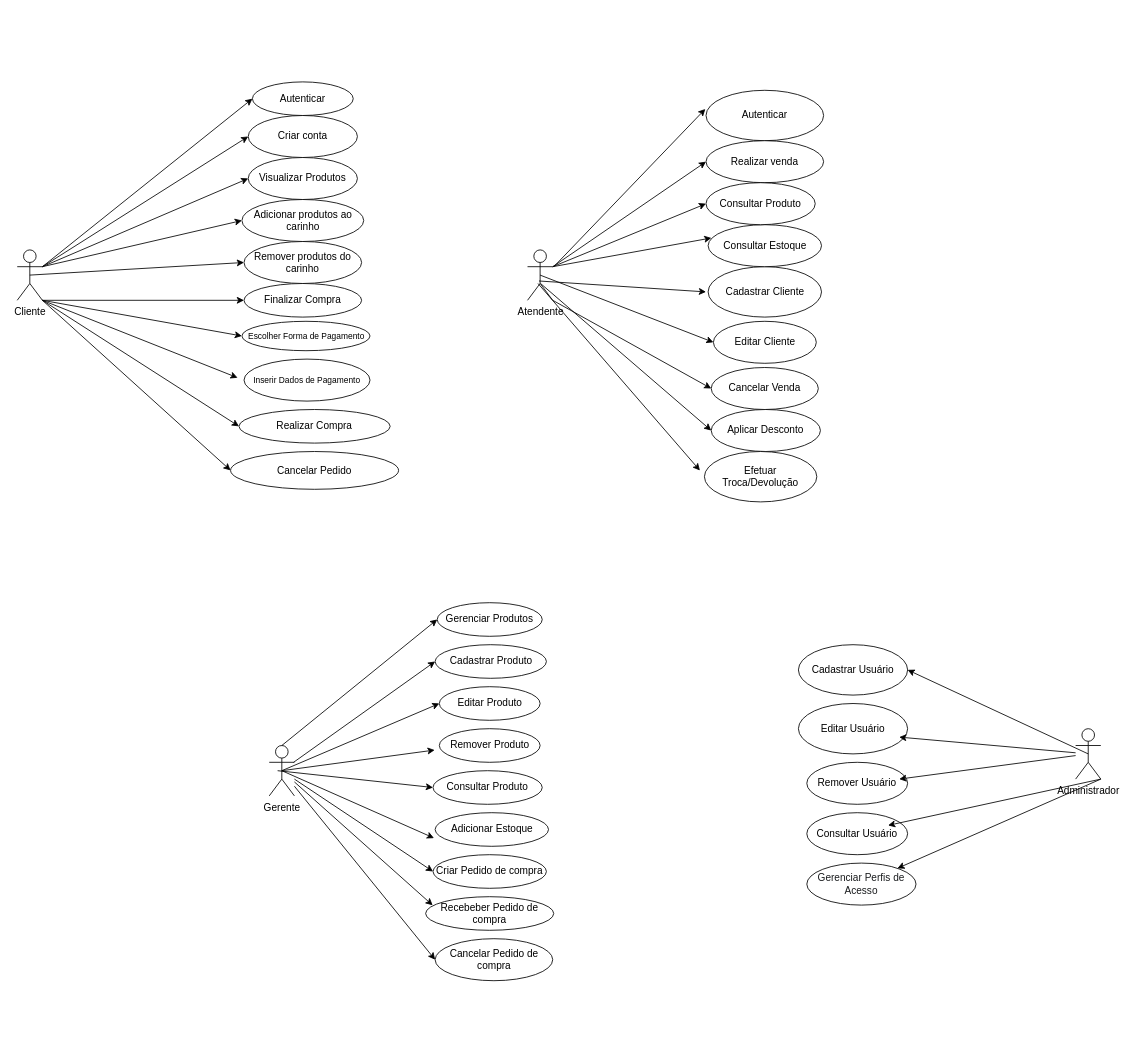
The draw.io diagram page "Página-7" (5 of 6) of Diagrama sem noe.drawio in sabrinaLM893/diagramasderequisitos, before the edit. Source tidied: cells renumbered, new cells numbered last; positions are measured from the earlier drawing's top-left corner, leaving out a move shared by most shapes. Both pictures are drawn from the tidied source at 84%, with x=0, y=0 at pixel (17, 81).
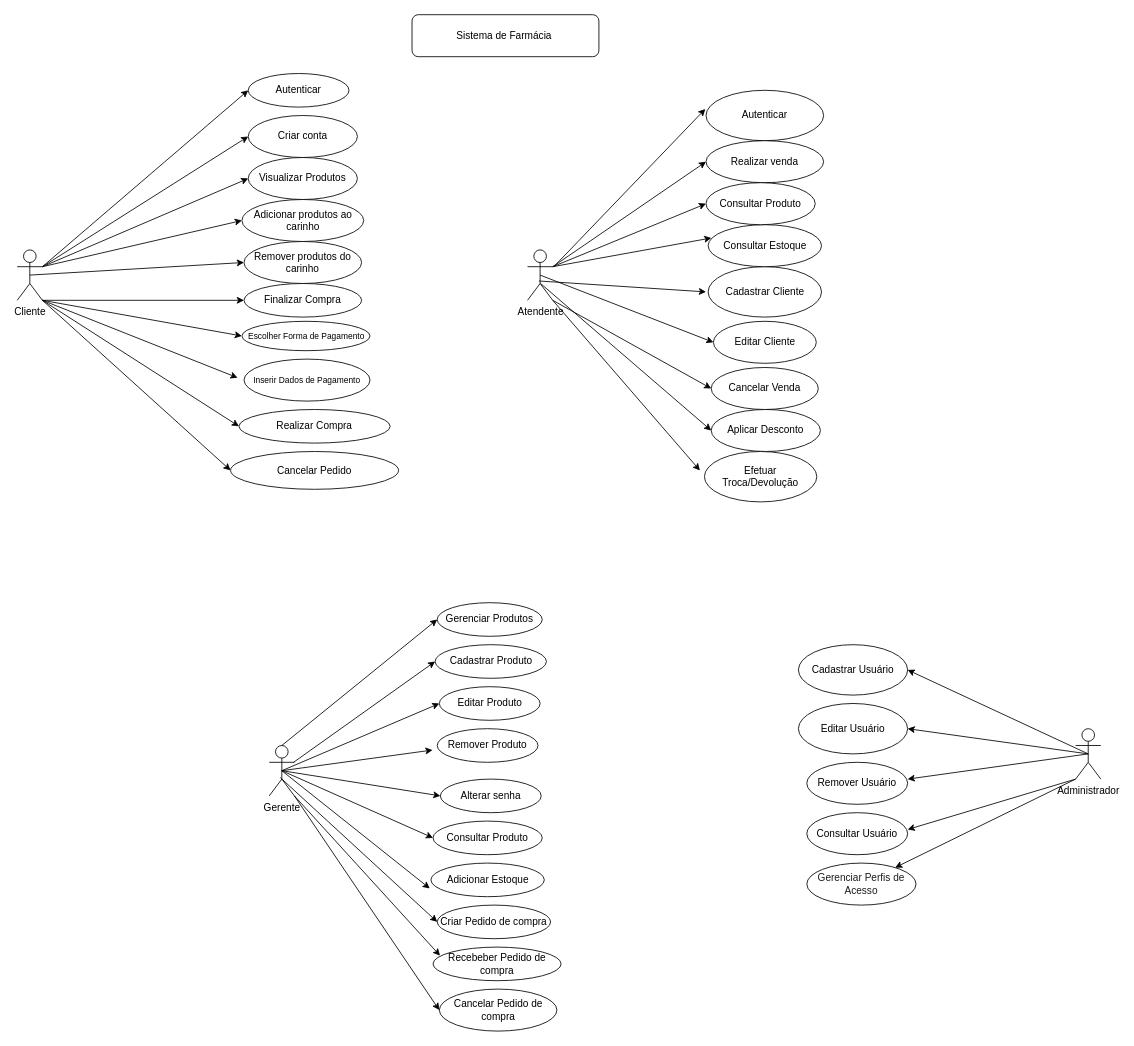
After the change.

The change refers to these unchanged cells:
```xml
<mxCell id="13" value="Atendente" style="shape=umlActor;verticalLabelPosition=bottom;verticalAlign=top;html=1;outlineConnect=0;" parent="1" vertex="1">
  <mxGeometry x="607.5" y="200" width="30" height="60" as="geometry" />
</mxCell>
<mxCell id="22" value="Efetuar Troca/Devolução" style="ellipse;whiteSpace=wrap;html=1;" parent="1" vertex="1">
  <mxGeometry x="818.1" y="440" width="133.8" height="60" as="geometry" />
</mxCell>
<mxCell id="23" value="Gerente" style="shape=umlActor;verticalLabelPosition=bottom;verticalAlign=top;html=1;outlineConnect=0;" parent="1" vertex="1">
  <mxGeometry x="300" y="790" width="30" height="60" as="geometry" />
</mxCell>
<mxCell id="33" value="Administrador" style="shape=umlActor;verticalLabelPosition=bottom;verticalAlign=top;html=1;outlineConnect=0;" parent="1" vertex="1">
  <mxGeometry x="1260" y="770" width="30" height="60" as="geometry" />
</mxCell>
<mxCell id="35" value="&lt;span id=&quot;docs-internal-guid-0923d847-7fff-fba8-32e8-b9ef5117ffc7&quot;&gt;&lt;span style=&quot;font-family: Arial, sans-serif; color: rgb(26, 28, 30); background-color: transparent; font-variant-numeric: normal; font-variant-east-asian: normal; font-variant-alternates: normal; font-variant-position: normal; font-variant-emoji: normal; vertical-align: baseline; white-space-collapse: preserve;&quot;&gt;&lt;font style=&quot;font-size: 12px;&quot;&gt;Gerenciar Perfis de Acesso&lt;/font&gt;&lt;/span&gt;&lt;/span&gt;" style="ellipse;whiteSpace=wrap;html=1;" parent="1" vertex="1">
  <mxGeometry x="940" y="930" width="130" height="50" as="geometry" />
</mxCell>
<mxCell id="36" value="Consultar Usuário" style="ellipse;whiteSpace=wrap;html=1;" parent="1" vertex="1">
  <mxGeometry x="940" y="870" width="120" height="50" as="geometry" />
</mxCell>
```

What changed in the source:
```diff
@@
     <mxCell id="4" value="Autenticar" style="ellipse;whiteSpace=wrap;html=1;" parent="1" vertex="1">
-      <mxGeometry x="280" width="120" height="40" as="geometry" />
+      <mxGeometry x="275" y="-10" width="120" height="40" as="geometry" />
     </mxCell>
@@
     <mxCell id="26" value="Remover Produto" style="ellipse;whiteSpace=wrap;html=1;" parent="1" vertex="1">
-      <mxGeometry x="502.5" y="770" width="120" height="40" as="geometry" />
+      <mxGeometry x="500" y="770" width="120" height="40" as="geometry" />
     </mxCell>
     <mxCell id="27" value="Consultar Produto" style="ellipse;whiteSpace=wrap;html=1;" parent="1" vertex="1">
-      <mxGeometry x="495" y="820" width="130" height="40" as="geometry" />
+      <mxGeometry x="495" y="880" width="130" height="40" as="geometry" />
     </mxCell>
@@
     <mxCell id="29" value="Adicionar Estoque" style="ellipse;whiteSpace=wrap;html=1;" parent="1" vertex="1">
-      <mxGeometry x="497.5" y="870" width="135" height="40" as="geometry" />
+      <mxGeometry x="492.5" y="930" width="135" height="40" as="geometry" />
     </mxCell>
     <mxCell id="30" value="Criar Pedido de compra" style="ellipse;whiteSpace=wrap;html=1;" parent="1" vertex="1">
-      <mxGeometry x="495" y="920" width="135" height="40" as="geometry" />
+      <mxGeometry x="500" y="980" width="135" height="40" as="geometry" />
     </mxCell>
     <mxCell id="31" value="Recebeber Pedido de compra" style="ellipse;whiteSpace=wrap;html=1;" parent="1" vertex="1">
-      <mxGeometry x="486.2" y="970" width="152.5" height="40" as="geometry" />
+      <mxGeometry x="495" y="1030" width="152.5" height="40" as="geometry" />
     </mxCell>
     <mxCell id="32" value="Cancelar Pedido de compra" style="ellipse;whiteSpace=wrap;html=1;" parent="1" vertex="1">
-      <mxGeometry x="497.5" y="1020" width="140" height="50" as="geometry" />
+      <mxGeometry x="502.5" y="1080" width="140" height="50" as="geometry" />
     </mxCell>
@@
-    <mxCell id="57" style="endArrow=classic;html=1;rounded=0;entryX=-0.04;entryY=0.377;entryDx=0;entryDy=0;entryPerimeter=0;exitX=0.417;exitY=0.667;exitDx=0;exitDy=0;exitPerimeter=0;" parent="1" edge="1" source="13" target="22">
+    <mxCell id="57" style="endArrow=classic;html=1;rounded=0;entryX=-0.04;entryY=0.377;entryDx=0;entryDy=0;entryPerimeter=0;exitX=1;exitY=1;exitDx=0;exitDy=0;exitPerimeter=0;" parent="1" edge="1" source="13" target="22">
       <mxGeometry relative="1" as="geometry" />
     </mxCell>
@@
-    <mxCell id="62" style="endArrow=classic;html=1;rounded=0;entryX=0;entryY=0.5;entryDx=0;entryDy=0;" parent="1" edge="1" target="27">
-      <mxGeometry relative="1" as="geometry">
-        <mxPoint x="310" y="820" as="sourcePoint" />
-      </mxGeometry>
+    <mxCell id="62" style="endArrow=classic;html=1;rounded=0;entryX=0;entryY=0.5;entryDx=0;entryDy=0;exitX=0.5;exitY=0.5;exitDx=0;exitDy=0;exitPerimeter=0;" parent="1" edge="1" source="23" target="27">
+      <mxGeometry relative="1" as="geometry" />
     </mxCell>
@@
-    <mxCell id="64" style="endArrow=classic;html=1;rounded=0;entryX=0;entryY=0.5;entryDx=0;entryDy=0;" parent="1" edge="1" source="23" target="30">
+    <mxCell id="64" style="endArrow=classic;html=1;rounded=0;entryX=0;entryY=0.5;entryDx=0;entryDy=0;exitX=0.437;exitY=0.635;exitDx=0;exitDy=0;exitPerimeter=0;" parent="1" edge="1" source="23" target="30">
       <mxGeometry relative="1" as="geometry" />
     </mxCell>
-    <mxCell id="65" style="endArrow=classic;html=1;rounded=0;entryX=0.055;entryY=0.255;entryDx=0;entryDy=0;entryPerimeter=0;" parent="1" edge="1" source="23" target="31">
+    <mxCell id="65" style="endArrow=classic;html=1;rounded=0;entryX=0.055;entryY=0.255;entryDx=0;entryDy=0;entryPerimeter=0;exitX=1;exitY=1;exitDx=0;exitDy=0;exitPerimeter=0;" parent="1" edge="1" source="23" target="31">
       <mxGeometry relative="1" as="geometry" />
     </mxCell>
-    <mxCell id="66" style="endArrow=classic;html=1;rounded=0;entryX=0;entryY=0.5;entryDx=0;entryDy=0;" parent="1" edge="1" source="23" target="32">
+    <mxCell id="66" style="endArrow=classic;html=1;rounded=0;entryX=0;entryY=0.5;entryDx=0;entryDy=0;exitX=1;exitY=1;exitDx=0;exitDy=0;exitPerimeter=0;" parent="1" edge="1" source="23" target="32">
       <mxGeometry relative="1" as="geometry" />
     </mxCell>
@@
-    <mxCell id="68" style="endArrow=classic;html=1;rounded=0;" parent="1" edge="1" source="33">
+    <mxCell id="68" style="endArrow=classic;html=1;rounded=0;exitX=0.5;exitY=0.5;exitDx=0;exitDy=0;exitPerimeter=0;" parent="1" edge="1" source="33">
       <mxGeometry relative="1" as="geometry">
-        <mxPoint x="1050" y="780" as="targetPoint" />
+        <mxPoint x="1060" y="770" as="targetPoint" />
       </mxGeometry>
     </mxCell>
-    <mxCell id="69" style="endArrow=classic;html=1;rounded=0;" parent="1" edge="1" source="33">
+    <mxCell id="69" style="endArrow=classic;html=1;rounded=0;exitX=0.5;exitY=0.5;exitDx=0;exitDy=0;exitPerimeter=0;" parent="1" edge="1" source="33">
       <mxGeometry relative="1" as="geometry">
-        <mxPoint x="1050" y="830" as="targetPoint" />
+        <mxPoint x="1060" y="830" as="targetPoint" />
       </mxGeometry>
     </mxCell>
-    <mxCell id="70" style="endArrow=classic;html=1;rounded=0;exitX=1;exitY=1;exitDx=0;exitDy=0;exitPerimeter=0;entryX=0.806;entryY=0.302;entryDx=0;entryDy=0;entryPerimeter=0;" parent="1" edge="1" source="33" target="36">
-      <mxGeometry relative="1" as="geometry" />
+    <mxCell id="70" style="endArrow=classic;html=1;rounded=0;exitX=0;exitY=1;exitDx=0;exitDy=0;exitPerimeter=0;" parent="1" edge="1" source="33">
+      <mxGeometry relative="1" as="geometry">
+        <mxPoint x="1060" y="890" as="targetPoint" />
+      </mxGeometry>
     </mxCell>
-    <mxCell id="71" style="endArrow=classic;html=1;rounded=0;exitX=1;exitY=1;exitDx=0;exitDy=0;exitPerimeter=0;" parent="1" edge="1" source="33" target="35">
+    <mxCell id="71" style="endArrow=classic;html=1;rounded=0;exitX=0;exitY=1;exitDx=0;exitDy=0;exitPerimeter=0;" parent="1" edge="1" source="33" target="35">
       <mxGeometry relative="1" as="geometry" />
     </mxCell>
+    <mxCell id="72" value="Alterar senha" style="ellipse;whiteSpace=wrap;html=1;" parent="1" vertex="1">
+      <mxGeometry x="503.8" y="830" width="120" height="40" as="geometry" />
+    </mxCell>
+    <mxCell id="73" style="endArrow=classic;html=1;rounded=0;entryX=0;entryY=0.5;entryDx=0;entryDy=0;exitX=0.5;exitY=0.5;exitDx=0;exitDy=0;exitPerimeter=0;" parent="1" edge="1" source="23" target="72">
+      <mxGeometry relative="1" as="geometry" />
+    </mxCell>
+    <mxCell id="74" value="Sistema de Farmácia&amp;nbsp;" style="rounded=1;whiteSpace=wrap;html=1;" parent="1" vertex="1">
+      <mxGeometry x="470" y="-80" width="222.5" height="50" as="geometry" />
+    </mxCell>
```
